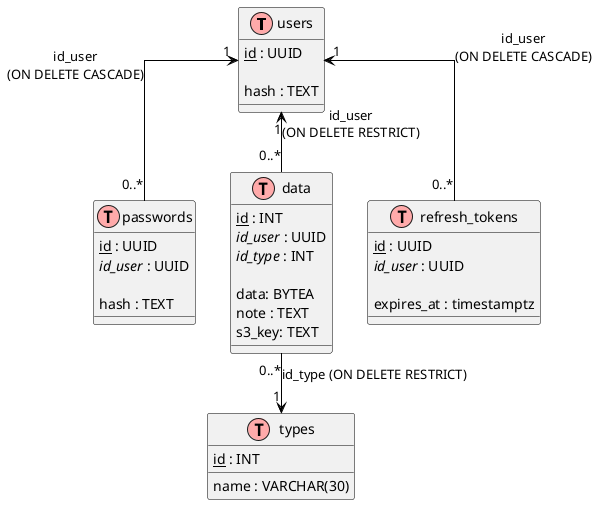
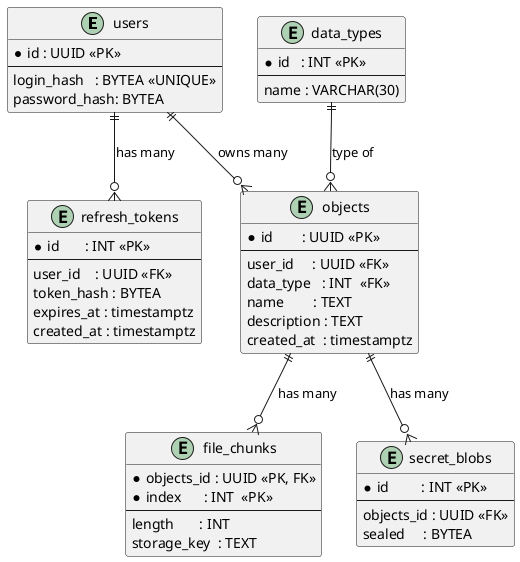
@startuml
- !define Table(name,desc) class name as "desc" << (T,#FFAAAA) >>
- !define PK(field) <u>field</u>
- !define FK(field) <i>field</i>
+ skinparam wrapWidth 220
+ skinparam maxMessageSize 200

- skinparam class {
-   BackgroundColor<<T>> PaleGoldenRod
-   ArrowColor Black
-   BorderColor Black
- }
- skinparam linetype ortho
- 
- Table(users, "users") {
-   PK(id) : UUID
- 
-   hash : TEXT
+ entity "users" as users {
+   * id : UUID <<PK>>
+   --
+   login_hash   : BYTEA <<UNIQUE>>
+   password_hash: BYTEA
}

- 
- Table(passwords, "passwords") {
-   PK(id) : UUID
-   FK(id_user) : UUID
- 
-   hash : TEXT
+ entity "refresh_tokens" as refresh_tokens {
+   * id       : INT <<PK>>
+   --
+   user_id    : UUID <<FK>>
+   token_hash : BYTEA
+   expires_at : timestamptz
+   created_at : timestamptz
}

- 
- Table(types, "types") {
-   PK(id) : INT
- 
+ entity "data_types" as data_types {
+   * id   : INT <<PK>>
+   --
  name : VARCHAR(30)
}

- 
- Table(data, "data") {
-   PK(id) : INT
-   FK(id_user) : UUID
-   FK(id_type) : INT
- 
-   data: BYTEA
-   note : TEXT
-   s3_key: TEXT
+ entity "objects" as objects {
+   * id        : UUID <<PK>>
+   --
+   user_id     : UUID <<FK>>
+   data_type   : INT  <<FK>>
+   name        : TEXT
+   description : TEXT
+   created_at  : timestamptz
}

- 
- Table(refresh_tokens, "refresh_tokens") {
-   PK(id) : UUID
-   FK(id_user) : UUID
- 
-   expires_at : timestamptz
+ ' составной PK: (objects_id, index)
+ entity "file_chunks" as file_chunks {
+   * objects_id : UUID <<PK, FK>>
+   * index      : INT  <<PK>>
+   --
+   length       : INT
+   storage_key  : TEXT
}

+ entity "secret_blobs" as secret_blobs {
+   * id         : INT <<PK>>
+   --
+   objects_id : UUID <<FK>>
+   sealed     : BYTEA
+ }

- ' Отношения
- users "1" <-- "0..*" passwords : id_user\n(ON DELETE CASCADE)
- users "1" <-- "0..*" data : id_user\n(ON DELETE RESTRICT)
- users "1" <-- "0..*" refresh_tokens : id_user\n(ON DELETE CASCADE)
- data "0..*" -->"1" types : id_type (ON DELETE RESTRICT)
- 
- 
+ ' -------- relationships --------
+ users       ||--o{ refresh_tokens : "has many"
+ users       ||--o{ objects        : "owns many"
+ data_types  ||--o{ objects        : "type of"
+ objects     ||--o{ file_chunks    : "has many"
+ objects     ||--o{ secret_blobs   : "has many"

@enduml
